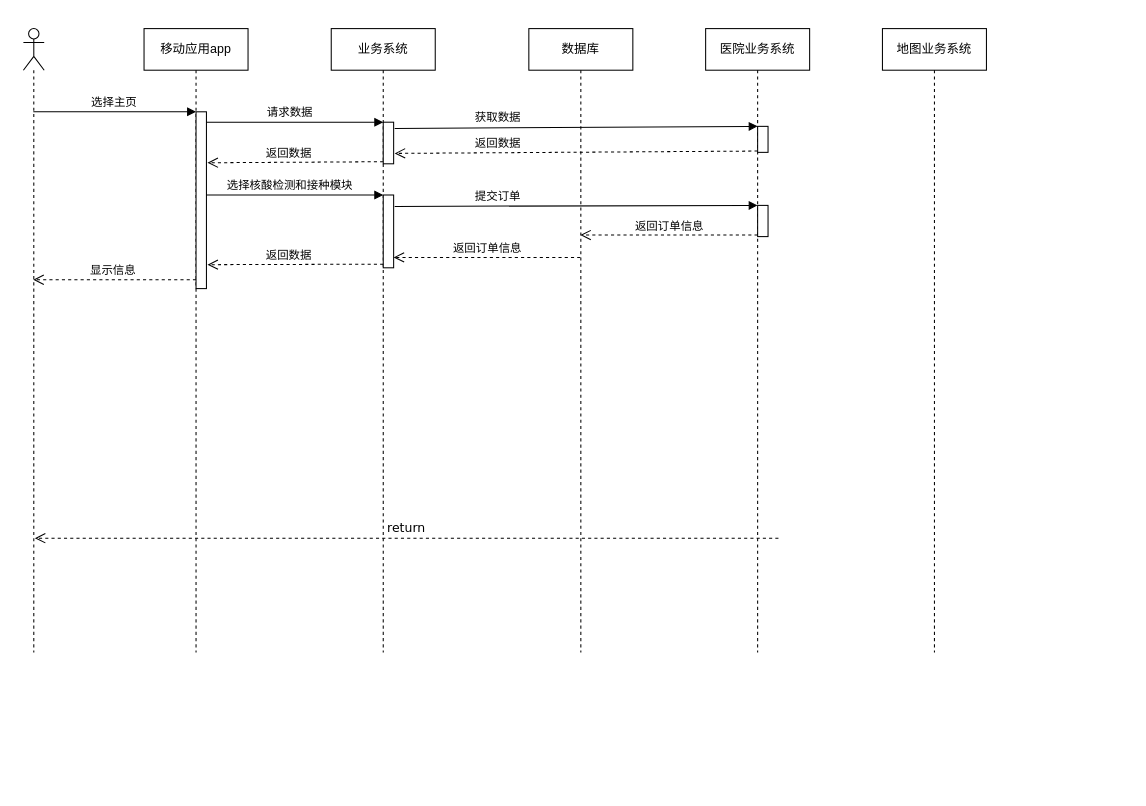
hotrive/stormzhang.github.com keeps this draw.io diagram as Untitled Diagram.drawio. Above is the earlier version. Source tidied: cells renumbered, new cells numbered last; positions are measured from the earlier drawing's top-left corner, leaving out a move shared by most shapes. Both pictures are drawn from the tidied source at 104%, with x=0, y=0 at pixel (23, 28).
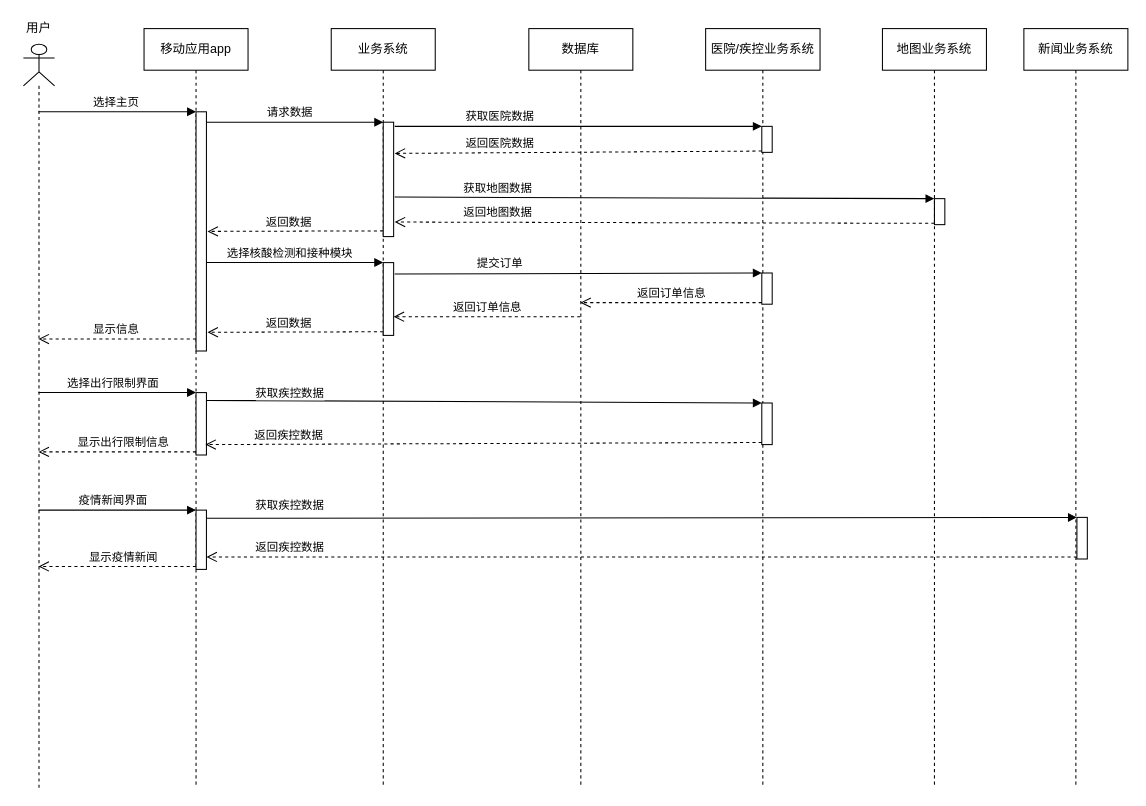
The same page after the edit.

Diff of the diagram source:
```diff
@@
-    <mxCell id="2" value="return" style="html=1;verticalAlign=bottom;endArrow=open;dashed=1;endSize=8;labelBackgroundColor=none;fontFamily=Verdana;fontSize=12;edgeStyle=elbowEdgeStyle;elbow=vertical;" parent="1" edge="1">
-      <mxGeometry relative="1" as="geometry">
-        <mxPoint x="726" y="490" as="sourcePoint" />
-        <mxPoint x="11" y="490" as="targetPoint" />
-        <Array as="points">
-          <mxPoint x="426" y="490" />
-        </Array>
-      </mxGeometry>
-    </mxCell>
-    <mxCell id="3" style="shape=umlLifeline;participant=umlActor;perimeter=lifelinePerimeter;whiteSpace=wrap;html=1;verticalAlign=top;spacingTop=36;outlineConnect=0;" parent="1" vertex="1">
-      <mxGeometry width="20" height="600" as="geometry" />
+    <mxCell id="3" style="shape=umlLifeline;participant=umlActor;perimeter=lifelinePerimeter;whiteSpace=wrap;html=1;verticalAlign=top;spacingTop=36;outlineConnect=0;size=40;" parent="1" vertex="1">
+      <mxGeometry y="15" width="30" height="715" as="geometry" />
     </mxCell>
     <mxCell id="4" value="移动应用app" style="shape=umlLifeline;perimeter=lifelinePerimeter;whiteSpace=wrap;html=1;" parent="1" vertex="1">
-      <mxGeometry x="116" width="100" height="600" as="geometry" />
+      <mxGeometry x="116" width="100" height="730" as="geometry" />
     </mxCell>
+    <mxCell id="25" style="html=1;points=[];perimeter=orthogonalPerimeter;" parent="4" vertex="1">
+      <mxGeometry x="50" y="350" width="10" height="60" as="geometry" />
+    </mxCell>
     <mxCell id="5" value="业务系统" style="shape=umlLifeline;perimeter=lifelinePerimeter;whiteSpace=wrap;html=1;" parent="1" vertex="1">
-      <mxGeometry x="296" width="100" height="600" as="geometry" />
+      <mxGeometry x="296" width="100" height="730" as="geometry" />
     </mxCell>
     <mxCell id="6" value="数据库" style="shape=umlLifeline;perimeter=lifelinePerimeter;whiteSpace=wrap;html=1;outlineConnect=0;" parent="1" vertex="1">
-      <mxGeometry x="486" width="100" height="600" as="geometry" />
+      <mxGeometry x="486" width="100" height="730" as="geometry" />
     </mxCell>
-    <mxCell id="7" value="医院业务系统" style="shape=umlLifeline;perimeter=lifelinePerimeter;whiteSpace=wrap;html=1;" parent="1" vertex="1">
-      <mxGeometry x="656" width="100" height="600" as="geometry" />
+    <mxCell id="7" value="医院/疾控业务系统" style="shape=umlLifeline;perimeter=lifelinePerimeter;whiteSpace=wrap;html=1;" parent="1" vertex="1">
+      <mxGeometry x="656" width="110" height="730" as="geometry" />
     </mxCell>
     <mxCell id="8" style="html=1;points=[];perimeter=orthogonalPerimeter;" parent="7" vertex="1">
-      <mxGeometry x="50" y="94" width="10" height="25" as="geometry" />
+      <mxGeometry x="54" y="94" width="10" height="25" as="geometry" />
     </mxCell>
     <mxCell id="9" style="html=1;points=[];perimeter=orthogonalPerimeter;" parent="7" vertex="1">
-      <mxGeometry x="50" y="170" width="10" height="30" as="geometry" />
+      <mxGeometry x="54" y="235" width="10" height="30" as="geometry" />
     </mxCell>
     <mxCell id="10" value="地图业务系统" style="shape=umlLifeline;perimeter=lifelinePerimeter;whiteSpace=wrap;html=1;" parent="1" vertex="1">
-      <mxGeometry x="826" width="100" height="600" as="geometry" />
+      <mxGeometry x="826" width="100" height="730" as="geometry" />
     </mxCell>
     <mxCell id="11" style="html=1;points=[];perimeter=orthogonalPerimeter;" parent="1" vertex="1">
-      <mxGeometry x="166" y="80" width="10" height="170" as="geometry" />
+      <mxGeometry x="166" y="80" width="10" height="230" as="geometry" />
     </mxCell>
@@
     <mxCell id="15" style="html=1;points=[];perimeter=orthogonalPerimeter;" parent="1" vertex="1">
-      <mxGeometry x="346" y="90" width="10" height="40" as="geometry" />
+      <mxGeometry x="346" y="90" width="10" height="110" as="geometry" />
     </mxCell>
     <mxCell id="16" value="返回数据" style="html=1;verticalAlign=bottom;endArrow=open;dashed=1;endSize=8;exitX=0;exitY=0.95;" parent="1" edge="1" source="15">
       <mxGeometry x="0.06" relative="1" as="geometry">
-        <mxPoint x="177" y="129" as="targetPoint" />
+        <mxPoint x="177" y="195" as="targetPoint" />
         <mxPoint x="-1" as="offset" />
       </mxGeometry>
     </mxCell>
-    <mxCell id="17" value="获取数据" style="html=1;verticalAlign=bottom;endArrow=block;entryX=0;entryY=0;exitX=1.1;exitY=0.15;exitDx=0;exitDy=0;exitPerimeter=0;" parent="1" edge="1" source="15" target="8">
-      <mxGeometry x="-0.43" y="1" relative="1" as="geometry" />
+    <mxCell id="17" value="获取医院数据" style="html=1;verticalAlign=bottom;endArrow=block;entryX=0;entryY=0;" parent="1" edge="1" target="8">
+      <mxGeometry x="-0.43" y="1" relative="1" as="geometry">
+        <mxPoint x="357" y="94" as="sourcePoint" />
+      </mxGeometry>
     </mxCell>
-    <mxCell id="18" value="返回数据" style="html=1;verticalAlign=bottom;endArrow=open;dashed=1;endSize=8;exitX=0;exitY=0.95;" parent="1" edge="1" source="8">
+    <mxCell id="18" value="返回医院数据" style="html=1;verticalAlign=bottom;endArrow=open;dashed=1;endSize=8;exitX=0;exitY=0.95;" parent="1" edge="1" source="8">
       <mxGeometry x="0.43" relative="1" as="geometry">
         <mxPoint x="357" y="120" as="targetPoint" />
       </mxGeometry>
     </mxCell>
     <mxCell id="19" value="选择核酸检测和接种模块" style="html=1;verticalAlign=bottom;endArrow=block;entryX=0;entryY=0;" parent="1" edge="1" target="20">
       <mxGeometry x="-0.06" relative="1" as="geometry">
-        <mxPoint x="176" y="160" as="sourcePoint" />
+        <mxPoint x="176" y="225" as="sourcePoint" />
       </mxGeometry>
     </mxCell>
     <mxCell id="20" style="html=1;points=[];perimeter=orthogonalPerimeter;" parent="1" vertex="1">
-      <mxGeometry x="346" y="160" width="10" height="70" as="geometry" />
+      <mxGeometry x="346" y="225" width="10" height="70" as="geometry" />
     </mxCell>
     <mxCell id="21" value="返回数据" style="html=1;verticalAlign=bottom;endArrow=open;dashed=1;endSize=8;exitX=0;exitY=0.95;" parent="1" edge="1" source="20">
       <mxGeometry x="0.06" relative="1" as="geometry">
-        <mxPoint x="177" y="227" as="targetPoint" />
+        <mxPoint x="177" y="292" as="targetPoint" />
         <mxPoint x="-1" as="offset" />
       </mxGeometry>
     </mxCell>
@@
-    <mxCell id="23" value="返回订单信息" style="html=1;verticalAlign=bottom;endArrow=open;dashed=1;endSize=8;exitX=0;exitY=0.95;" parent="1" edge="1" source="9" target="6">
-      <mxGeometry relative="1" as="geometry" />
+    <mxCell id="23" value="返回订单信息" style="html=1;verticalAlign=bottom;endArrow=open;dashed=1;endSize=8;exitX=0;exitY=0.95;" parent="1" edge="1" source="9">
+      <mxGeometry relative="1" as="geometry">
+        <mxPoint x="535.5" y="263.5" as="targetPoint" />
+      </mxGeometry>
     </mxCell>
-    <mxCell id="24" value="返回订单信息" style="html=1;verticalAlign=bottom;endArrow=open;dashed=1;endSize=8;" parent="1" edge="1" source="6">
+    <mxCell id="24" value="返回订单信息" style="html=1;verticalAlign=bottom;endArrow=open;dashed=1;endSize=8;" parent="1" edge="1">
       <mxGeometry relative="1" as="geometry">
-        <mxPoint x="356" y="220" as="targetPoint" />
+        <mxPoint x="535.5" y="277" as="sourcePoint" />
+        <mxPoint x="356" y="277" as="targetPoint" />
       </mxGeometry>
     </mxCell>
+    <mxCell id="26" style="html=1;points=[];perimeter=orthogonalPerimeter;" parent="1" vertex="1">
+      <mxGeometry x="876" y="163.5" width="10" height="25" as="geometry" />
+    </mxCell>
+    <mxCell id="27" value="获取地图数据" style="html=1;verticalAlign=bottom;endArrow=block;entryX=0;entryY=0;exitX=1.1;exitY=0.15;exitDx=0;exitDy=0;exitPerimeter=0;" parent="1" edge="1" target="26">
+      <mxGeometry x="-0.62" y="-1" relative="1" as="geometry">
+        <mxPoint x="357" y="162" as="sourcePoint" />
+      </mxGeometry>
+    </mxCell>
+    <mxCell id="28" value="返回地图数据" style="html=1;verticalAlign=bottom;endArrow=open;dashed=1;endSize=8;exitX=0;exitY=0.95;" parent="1" edge="1" source="26">
+      <mxGeometry x="0.62" relative="1" as="geometry">
+        <mxPoint x="357" y="186" as="targetPoint" />
+      </mxGeometry>
+    </mxCell>
+    <mxCell id="29" value="用户" style="text;html=1;strokeColor=none;fillColor=none;align=center;verticalAlign=middle;whiteSpace=wrap;rounded=0;" parent="1" vertex="1">
+      <mxGeometry x="-5" y="-10" width="40" height="20" as="geometry" />
+    </mxCell>
+    <mxCell id="30" value="选择出行限制界面" style="html=1;verticalAlign=bottom;endArrow=block;entryX=0;entryY=0;" parent="1" edge="1" source="3" target="25">
+      <mxGeometry x="-0.06" relative="1" as="geometry" />
+    </mxCell>
+    <mxCell id="31" value="显示出行限制信息" style="html=1;verticalAlign=bottom;endArrow=open;dashed=1;endSize=8;exitX=0;exitY=0.95;" parent="1" edge="1" source="25" target="3">
+      <mxGeometry x="-0.08" relative="1" as="geometry" />
+    </mxCell>
+    <mxCell id="32" style="html=1;points=[];perimeter=orthogonalPerimeter;" parent="1" vertex="1">
+      <mxGeometry x="710" y="360" width="10" height="40" as="geometry" />
+    </mxCell>
+    <mxCell id="33" value="获取疾控数据" style="html=1;verticalAlign=bottom;endArrow=block;entryX=0;entryY=0;exitX=1;exitY=0.125;exitDx=0;exitDy=0;exitPerimeter=0;" parent="1" edge="1" source="25" target="32">
+      <mxGeometry x="-0.7" y="-2" relative="1" as="geometry" />
+    </mxCell>
+    <mxCell id="34" value="返回疾控数据" style="html=1;verticalAlign=bottom;endArrow=open;dashed=1;endSize=8;exitX=0;exitY=0.95;entryX=0.9;entryY=0.833;entryDx=0;entryDy=0;entryPerimeter=0;" parent="1" edge="1" source="32" target="25">
+      <mxGeometry x="0.7" relative="1" as="geometry" />
+    </mxCell>
+    <mxCell id="35" style="html=1;points=[];perimeter=orthogonalPerimeter;" parent="1" vertex="1">
+      <mxGeometry x="166" y="463" width="10" height="57" as="geometry" />
+    </mxCell>
+    <mxCell id="36" value="疫情新闻界面" style="html=1;verticalAlign=bottom;endArrow=block;entryX=0;entryY=0;" parent="1" edge="1" target="35">
+      <mxGeometry x="-0.06" relative="1" as="geometry">
+        <mxPoint x="14.5" y="463" as="sourcePoint" />
+      </mxGeometry>
+    </mxCell>
+    <mxCell id="37" value="显示疫情新闻" style="html=1;verticalAlign=bottom;endArrow=open;dashed=1;endSize=8;exitX=0;exitY=0.95;" parent="1" edge="1" source="35" target="3">
+      <mxGeometry x="-0.08" relative="1" as="geometry" />
+    </mxCell>
+    <mxCell id="38" style="html=1;points=[];perimeter=orthogonalPerimeter;" parent="1" vertex="1">
+      <mxGeometry x="1013" y="470" width="10" height="40" as="geometry" />
+    </mxCell>
+    <mxCell id="39" value="获取疾控数据" style="html=1;verticalAlign=bottom;endArrow=block;entryX=0;entryY=0;exitX=1;exitY=0.138;exitDx=0;exitDy=0;exitPerimeter=0;" parent="1" edge="1" source="35" target="38">
+      <mxGeometry x="-0.81" y="4" relative="1" as="geometry" />
+    </mxCell>
+    <mxCell id="40" value="返回疾控数据" style="html=1;verticalAlign=bottom;endArrow=open;dashed=1;endSize=8;exitX=0;exitY=0.95;" parent="1" edge="1" source="38">
+      <mxGeometry x="0.81" relative="1" as="geometry">
+        <mxPoint x="176" y="508" as="targetPoint" />
+      </mxGeometry>
+    </mxCell>
+    <mxCell id="41" value="新闻业务系统" style="shape=umlLifeline;perimeter=lifelinePerimeter;whiteSpace=wrap;html=1;" parent="1" vertex="1">
+      <mxGeometry x="962" width="100" height="730" as="geometry" />
+    </mxCell>
```
